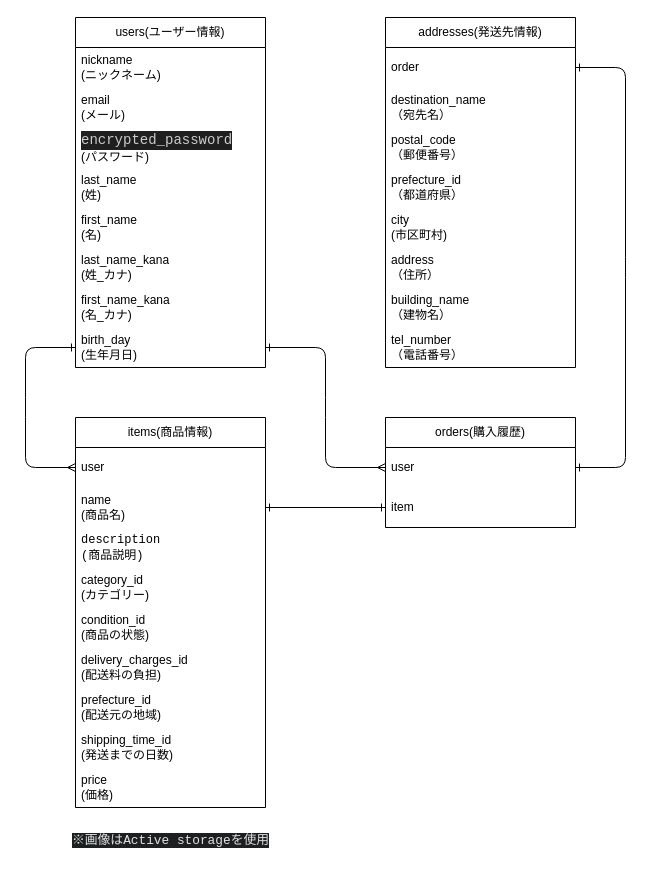
Above: db.dio in Yasuhisa-O/furima-39656 (draw.io), before the change. Source tidied: cells renumbered, new cells numbered last; positions are measured from the earlier drawing's top-left corner, leaving out a move shared by most shapes. Both pictures are drawn from the tidied source at 100%, with x=0, y=0 at pixel (25, 17).
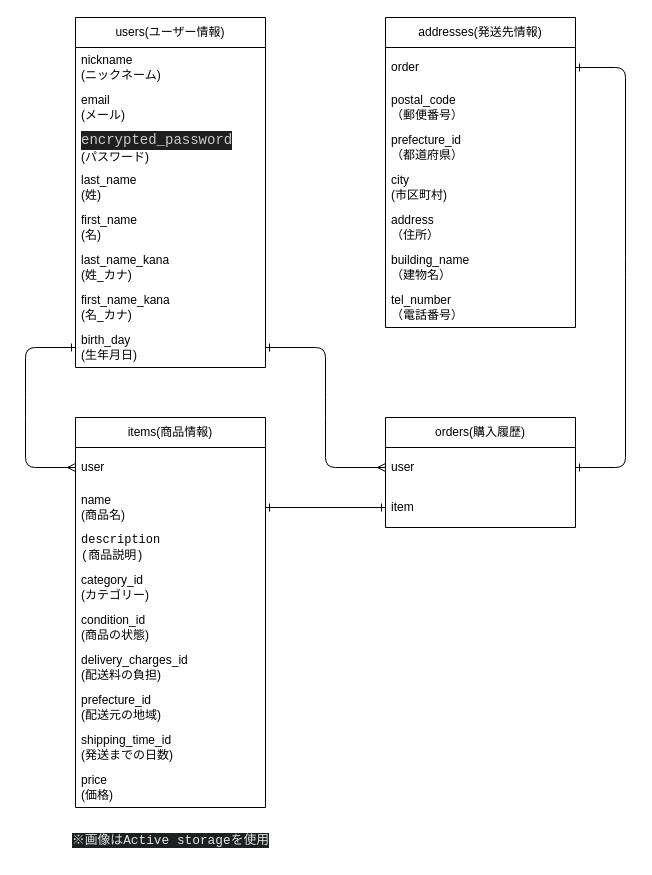
The same diagram, later.

Commit message (it also covers changes not shown here):
不要なカラムを削除

＜修正したER図＞
https://i.gyazo.com/5d193a37b4beb3faceea6cca06dc61af.png

What changed in the source:
```diff
@@
     <mxCell id="21" value="addresses(発送先情報)" style="swimlane;fontStyle=0;horizontal=1;startSize=30;whiteSpace=wrap;html=1;" parent="1" vertex="1">
-      <mxGeometry x="360" width="190" height="350" as="geometry" />
+      <mxGeometry x="360" width="190" height="310" as="geometry" />
     </mxCell>
@@
-    <mxCell id="23" value="destination_name&lt;br&gt;（宛先名）" style="text;strokeColor=none;fillColor=none;align=left;verticalAlign=middle;spacingLeft=4;spacingRight=4;overflow=hidden;whiteSpace=wrap;html=1;" parent="21" vertex="1">
-      <mxGeometry y="70" width="190" height="40" as="geometry" />
-    </mxCell>
     <mxCell id="24" value="postal_code&lt;br&gt;（郵便番号）&lt;div style=&quot;color: rgb(204, 204, 204); background-color: rgb(31, 31, 31); font-family: Consolas, &amp;quot;Courier New&amp;quot;, monospace; font-size: 14px; line-height: 19px;&quot;&gt;&lt;/div&gt;" style="text;strokeColor=none;fillColor=none;align=left;verticalAlign=middle;spacingLeft=4;spacingRight=4;overflow=hidden;whiteSpace=wrap;html=1;" parent="21" vertex="1">
-      <mxGeometry y="110" width="190" height="40" as="geometry" />
+      <mxGeometry y="70" width="190" height="40" as="geometry" />
     </mxCell>
     <mxCell id="25" value="prefecture_id&lt;br&gt;（都道府県）" style="text;strokeColor=none;fillColor=none;align=left;verticalAlign=middle;spacingLeft=4;spacingRight=4;overflow=hidden;whiteSpace=wrap;html=1;" parent="21" vertex="1">
-      <mxGeometry y="150" width="190" height="40" as="geometry" />
+      <mxGeometry y="110" width="190" height="40" as="geometry" />
     </mxCell>
     <mxCell id="26" value="city&lt;br&gt;(市区町村)" style="text;strokeColor=none;fillColor=none;align=left;verticalAlign=middle;spacingLeft=4;spacingRight=4;overflow=hidden;whiteSpace=wrap;html=1;" parent="21" vertex="1">
-      <mxGeometry y="190" width="190" height="40" as="geometry" />
+      <mxGeometry y="150" width="190" height="40" as="geometry" />
     </mxCell>
     <mxCell id="27" value="address&lt;br&gt;（住所）" style="text;strokeColor=none;fillColor=none;align=left;verticalAlign=middle;spacingLeft=4;spacingRight=4;overflow=hidden;whiteSpace=wrap;html=1;" parent="21" vertex="1">
-      <mxGeometry y="230" width="190" height="40" as="geometry" />
+      <mxGeometry y="190" width="190" height="40" as="geometry" />
     </mxCell>
     <mxCell id="28" value="building_name&lt;br&gt;（建物名）" style="text;strokeColor=none;fillColor=none;align=left;verticalAlign=middle;spacingLeft=4;spacingRight=4;overflow=hidden;whiteSpace=wrap;html=1;" parent="21" vertex="1">
-      <mxGeometry y="270" width="190" height="40" as="geometry" />
+      <mxGeometry y="230" width="190" height="40" as="geometry" />
     </mxCell>
     <mxCell id="29" value="tel_number&lt;br&gt;（電話番号）" style="text;strokeColor=none;fillColor=none;align=left;verticalAlign=middle;spacingLeft=4;spacingRight=4;overflow=hidden;whiteSpace=wrap;html=1;" parent="21" vertex="1">
-      <mxGeometry y="310" width="190" height="40" as="geometry" />
+      <mxGeometry y="270" width="190" height="40" as="geometry" />
     </mxCell>
```
